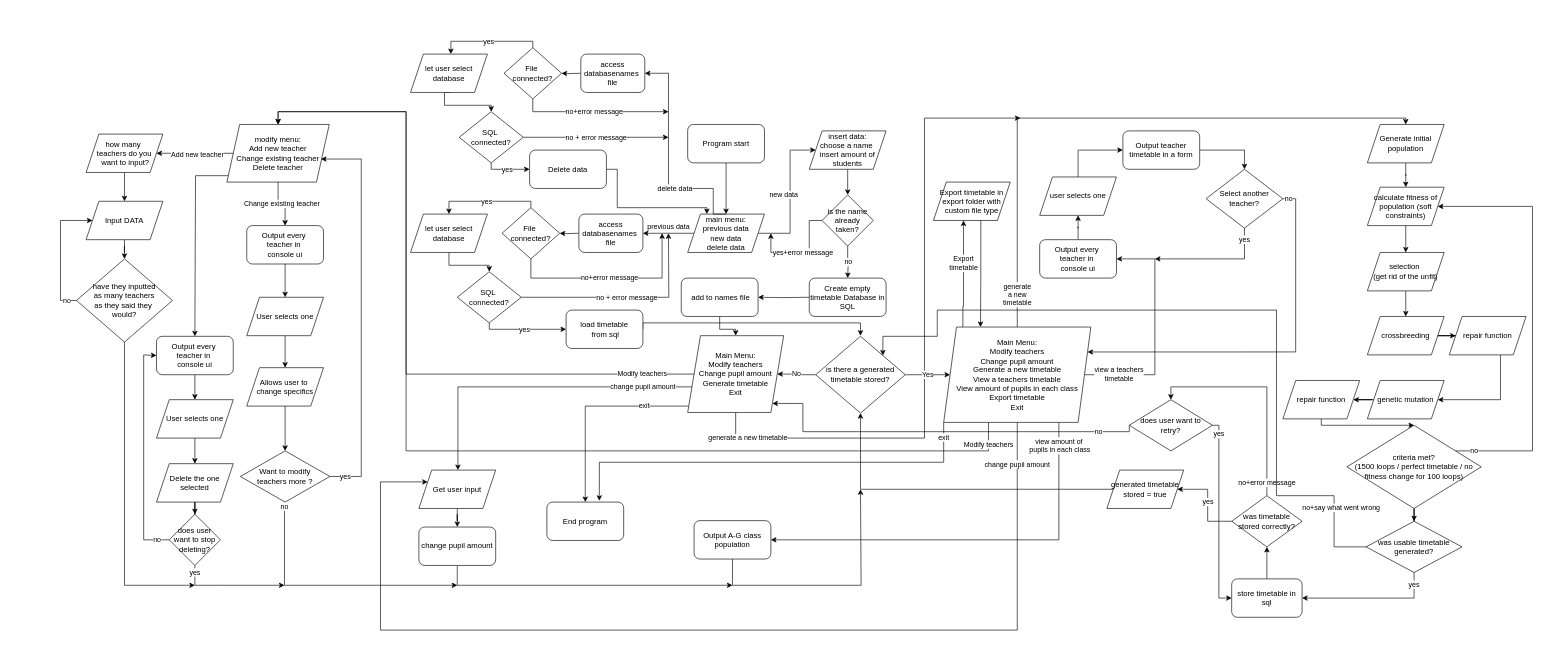
Before: NEA.drawio in Fsmart2164/NEA-v1, a draw.io diagram. Source tidied: cells renumbered, new cells numbered last; positions are measured from the earlier drawing's top-left corner, leaving out a move shared by most shapes. Both pictures are drawn from the tidied source at 64%, with x=0, y=0 at pixel (60, 41).
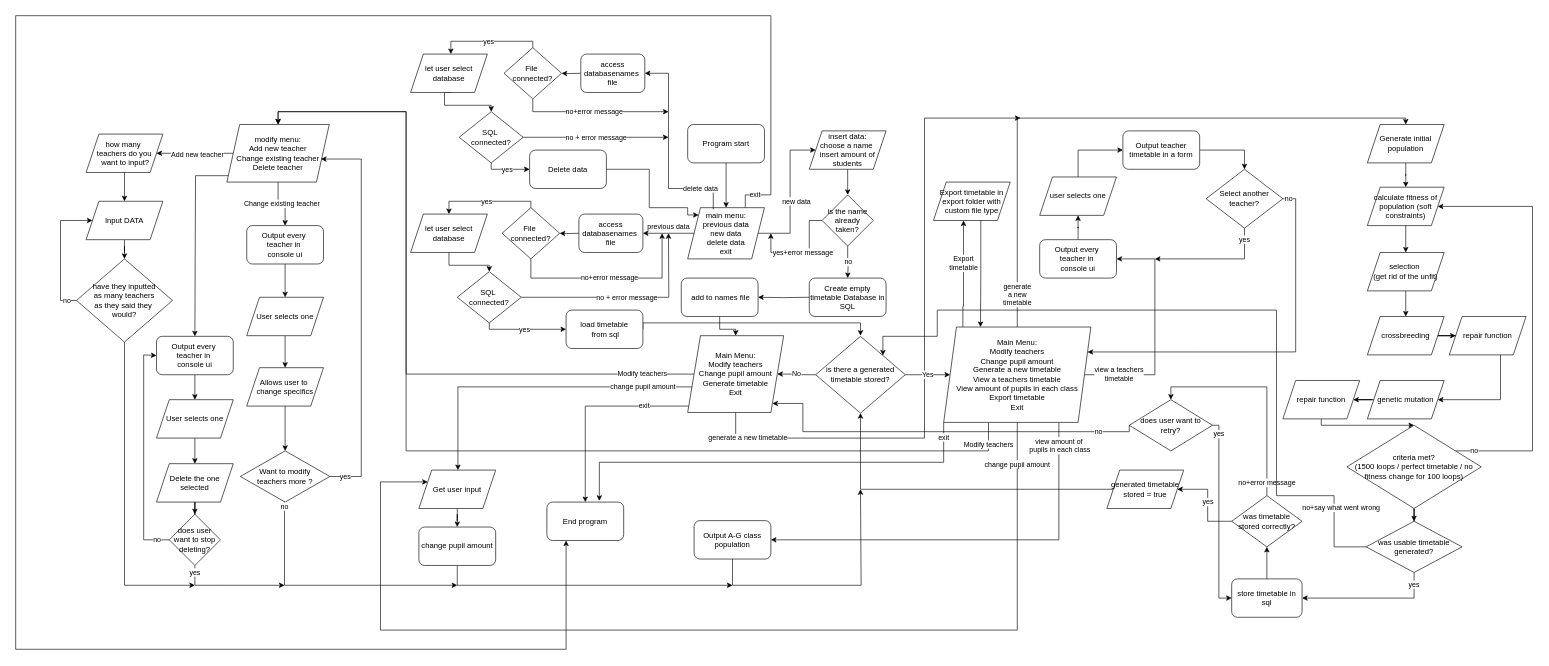
The same page after the edit.

Unchanged cells that the change refers to:
```xml
<mxCell id="14" value="&lt;div&gt;insert data:&lt;/div&gt;choose a name&lt;span style=&quot;background-color: transparent; color: light-dark(rgb(0, 0, 0), rgb(255, 255, 255));&quot;&gt;&amp;nbsp;&lt;/span&gt;&lt;div&gt;&lt;span style=&quot;background-color: transparent; color: light-dark(rgb(0, 0, 0), rgb(255, 255, 255));&quot;&gt;insert amount of students&lt;/span&gt;&lt;/div&gt;" style="shape=parallelogram;perimeter=parallelogramPerimeter;whiteSpace=wrap;html=1;fixedSize=1;" parent="1" vertex="1">
  <mxGeometry x="1170" y="140" width="120" height="60" as="geometry" />
</mxCell>
<mxCell id="58" value="End program" style="rounded=1;whiteSpace=wrap;html=1;" parent="1" vertex="1">
  <mxGeometry x="760" y="720" width="120" height="60" as="geometry" />
</mxCell>
<mxCell id="131" value="access databasenames&amp;nbsp;&lt;div&gt;file&lt;/div&gt;" style="rounded=1;whiteSpace=wrap;html=1;" parent="1" vertex="1">
  <mxGeometry x="813" y="20" width="100" height="60" as="geometry" />
</mxCell>
<mxCell id="134" value="Delete data" style="rounded=1;whiteSpace=wrap;html=1;" parent="1" vertex="1">
  <mxGeometry x="733" y="170" width="120" height="60" as="geometry" />
</mxCell>
```

Change to the diagram source:
```diff
@@
     <mxCell id="5" value="new data" style="edgeStyle=orthogonalEdgeStyle;rounded=0;jettySize=auto;html=1;" parent="1" edge="1" source="6" target="14">
-      <mxGeometry y="10" relative="1" as="geometry">
+      <mxGeometry x="-0.09" y="-10" relative="1" as="geometry">
         <Array as="points">
           <mxPoint x="1140" y="300" />
           <mxPoint x="1140" y="170" />
         </Array>
       </mxGeometry>
     </mxCell>
+    <mxCell id="136" value="exit" style="edgeStyle=orthogonalEdgeStyle;rounded=0;jettySize=auto;html=1;entryX=0.25;entryY=1;entryDx=0;entryDy=0;" parent="1" edge="1" source="6" target="58">
+      <mxGeometry x="-0.98" relative="1" as="geometry">
+        <Array as="points">
+          <mxPoint x="1070" y="240" />
+          <mxPoint x="1110" y="240" />
+          <mxPoint x="1110" y="-40" />
+          <mxPoint x="-70" y="-40" />
+          <mxPoint x="-70" y="950" />
+          <mxPoint x="790" y="950" />
+        </Array>
+      </mxGeometry>
+    </mxCell>
-    <mxCell id="6" value="main menu:&lt;br&gt;previous data&lt;br&gt;new data&lt;div&gt;delete data&lt;/div&gt;" style="shape=parallelogram;perimeter=parallelogramPerimeter;whiteSpace=wrap;html=1;fixedSize=1;" parent="1" vertex="1">
-      <mxGeometry x="980" y="270" width="120" height="60" as="geometry" />
+    <mxCell id="6" value="main menu:&lt;br&gt;previous data&lt;br&gt;new data&lt;div&gt;delete data&lt;/div&gt;&lt;div&gt;exit&lt;/div&gt;" style="shape=parallelogram;perimeter=parallelogramPerimeter;whiteSpace=wrap;html=1;fixedSize=1;" parent="1" vertex="1">
+      <mxGeometry x="980" y="260" width="120" height="80" as="geometry" />
     </mxCell>
@@
-    <mxCell id="132" value="delete data" style="edgeStyle=orthogonalEdgeStyle;rounded=0;jettySize=auto;html=1;exitX=0.5;exitY=0;exitDx=0;exitDy=0;entryX=1;entryY=0.5;entryDx=0;entryDy=0;" parent="1" edge="1" source="6" target="131">
-      <mxGeometry x="-0.31" relative="1" as="geometry">
+    <mxCell id="132" value="delete data" style="edgeStyle=orthogonalEdgeStyle;rounded=0;jettySize=auto;html=1;exitX=0.342;exitY=0.025;exitDx=0;exitDy=0;entryX=1;entryY=0.5;entryDx=0;entryDy=0;exitPerimeter=0;" parent="1" edge="1" source="6" target="131">
+      <mxGeometry x="-0.67" relative="1" as="geometry">
         <Array as="points">
-          <mxPoint x="1020" y="270" />
+          <mxPoint x="1020" y="262" />
           <mxPoint x="1020" y="230" />
           <mxPoint x="950" y="230" />
           <mxPoint x="950" y="50" />
         </Array>
       </mxGeometry>
     </mxCell>
@@
-    <mxCell id="135" style="edgeStyle=orthogonalEdgeStyle;rounded=0;jettySize=auto;html=1;entryX=0.25;entryY=0;entryDx=0;entryDy=0;exitX=1;exitY=0.5;exitDx=0;exitDy=0;" parent="1" edge="1" source="134" target="6">
+    <mxCell id="135" style="edgeStyle=orthogonalEdgeStyle;rounded=0;jettySize=auto;html=1;entryX=0;entryY=0;entryDx=0;entryDy=0;exitX=1;exitY=0.5;exitDx=0;exitDy=0;" parent="1" edge="1" source="134" target="6">
       <mxGeometry x="-0.31" relative="1" as="geometry">
         <Array as="points">
-          <mxPoint x="870" y="200" />
-          <mxPoint x="870" y="260" />
-          <mxPoint x="1010" y="260" />
+          <mxPoint x="920" y="200" />
+          <mxPoint x="920" y="260" />
+          <mxPoint x="980" y="260" />
+          <mxPoint x="980" y="271" />
         </Array>
       </mxGeometry>
     </mxCell>
```
